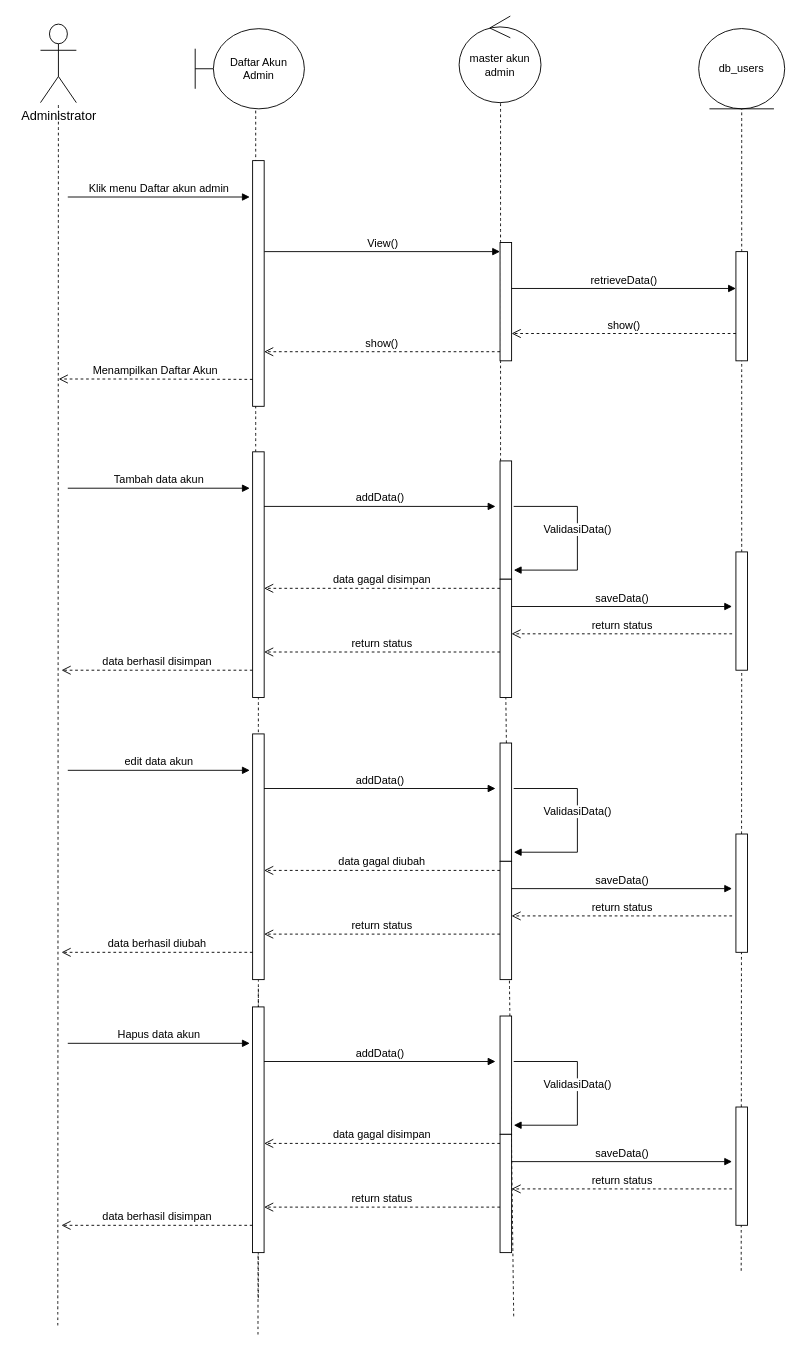
Earlier version of the draw.io diagram Sequence Diagram.drawio (azizarizaldi/draw-io-project). Source tidied: cells renumbered, new cells numbered last; positions are measured from the earlier drawing's top-left corner, leaving out a move shared by most shapes. Both pictures are drawn from the tidied source at 91%, with x=0, y=0 at pixel (40, 15).
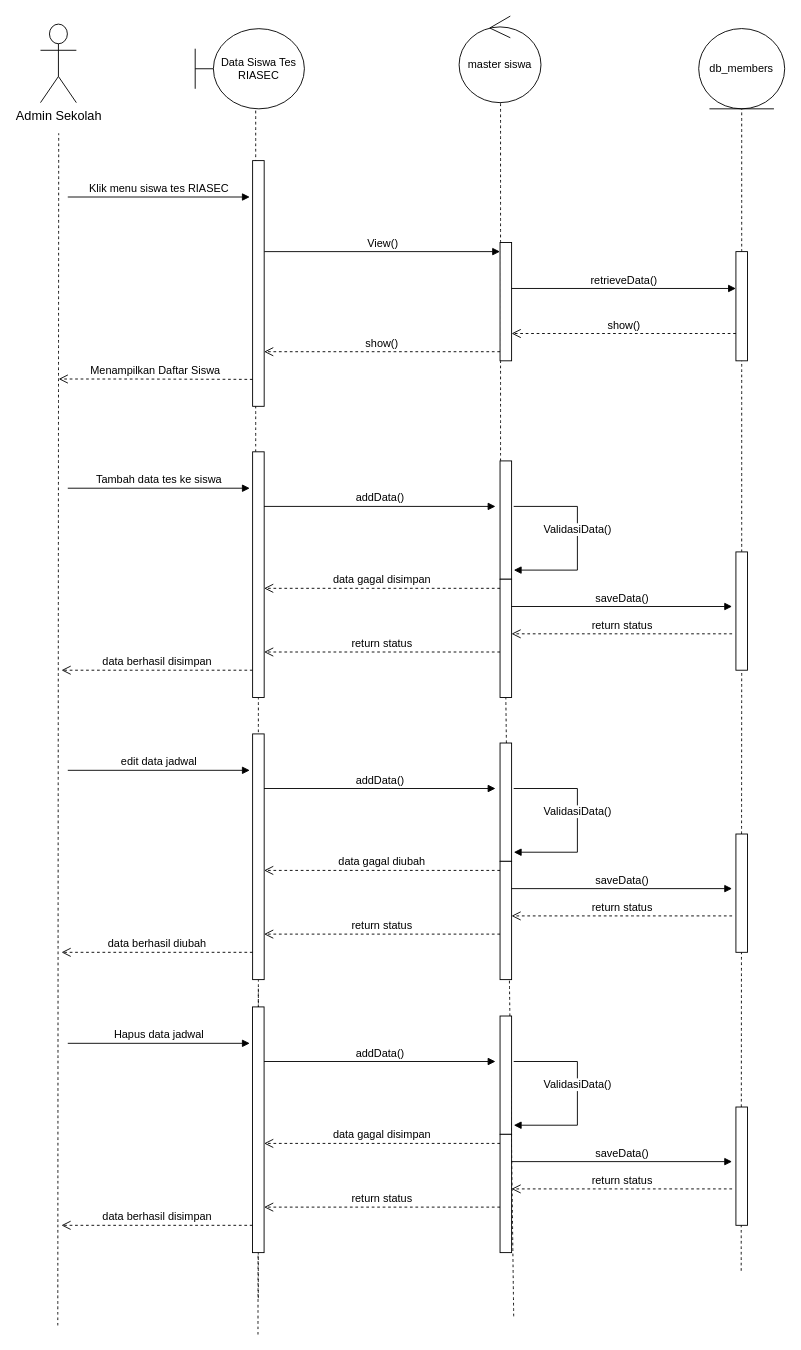
After the change.

Diff of the diagram source:
```diff
@@
-    <mxCell id="4" value="Daftar Akun Admin" style="shape=umlBoundary;whiteSpace=wrap;html=1;" parent="1" vertex="1">
+    <mxCell id="4" value="Data Siswa Tes RIASEC" style="shape=umlBoundary;whiteSpace=wrap;html=1;" parent="1" vertex="1">
       <mxGeometry x="170" y="14" width="120" height="88.1" as="geometry" />
     </mxCell>
@@
-    <mxCell id="7" value="db_users" style="ellipse;shape=umlEntity;whiteSpace=wrap;html=1;" parent="1" vertex="1">
+    <mxCell id="7" value="db_members" style="ellipse;shape=umlEntity;whiteSpace=wrap;html=1;" parent="1" vertex="1">
       <mxGeometry x="723.3" y="13.9" width="94.5" height="88.2" as="geometry" />
     </mxCell>
@@
-    <mxCell id="14" value="&lt;font style=&quot;font-size: 14px;&quot;&gt;Administrator&lt;/font&gt;" style="shape=umlActor;verticalLabelPosition=bottom;verticalAlign=top;html=1;outlineConnect=0;" parent="1" vertex="1">
+    <mxCell id="14" value="&lt;font style=&quot;font-size: 14px;&quot;&gt;Admin Sekolah&lt;/font&gt;" style="shape=umlActor;verticalLabelPosition=bottom;verticalAlign=top;html=1;outlineConnect=0;" parent="1" vertex="1">
       <mxGeometry y="9" width="39.4" height="86.3" as="geometry" />
     </mxCell>
-    <mxCell id="15" value="&lt;font style=&quot;font-size: 12px;&quot;&gt;Klik menu Daftar akun admin&lt;/font&gt;" style="html=1;verticalAlign=bottom;endArrow=block;curved=0;rounded=0;" parent="1" edge="1">
+    <mxCell id="15" value="&lt;font style=&quot;font-size: 12px;&quot;&gt;Klik menu siswa tes RIASEC&lt;/font&gt;" style="html=1;verticalAlign=bottom;endArrow=block;curved=0;rounded=0;" parent="1" edge="1">
       <mxGeometry relative="1" as="geometry">
         <mxPoint x="30" y="199" as="sourcePoint" />
         <mxPoint x="230" y="199" as="targetPoint" />
       </mxGeometry>
     </mxCell>
-    <mxCell id="16" style="endArrow=none;dashed=1;html=1;rounded=0;fontSize=12;startSize=8;endSize=8;curved=1;" parent="1" edge="1" target="14">
+    <mxCell id="16" style="endArrow=none;dashed=1;html=1;rounded=0;fontSize=12;startSize=8;endSize=8;curved=1;" parent="1" edge="1">
       <mxGeometry relative="1" as="geometry">
         <mxPoint x="19" y="1439" as="sourcePoint" />
+        <mxPoint x="20" y="129" as="targetPoint" />
       </mxGeometry>
     </mxCell>
-    <mxCell id="17" value="&lt;font style=&quot;font-size: 12px;&quot;&gt;Menampilkan Daftar Akun&lt;/font&gt;" style="html=1;verticalAlign=bottom;endArrow=open;dashed=1;endSize=8;curved=0;rounded=0;" parent="1" edge="1">
+    <mxCell id="17" value="&lt;font style=&quot;font-size: 12px;&quot;&gt;Menampilkan Daftar Siswa&lt;/font&gt;" style="html=1;verticalAlign=bottom;endArrow=open;dashed=1;endSize=8;curved=0;rounded=0;" parent="1" edge="1">
       <mxGeometry relative="1" as="geometry">
         <mxPoint x="233.1" y="399.4" as="sourcePoint" />
         <mxPoint x="20" y="399" as="targetPoint" />
         <Array as="points">
           <mxPoint x="106.5" y="399" />
         </Array>
       </mxGeometry>
     </mxCell>
-    <mxCell id="18" value="master akun admin" style="ellipse;shape=umlControl;whiteSpace=wrap;html=1;" parent="1" vertex="1">
+    <mxCell id="18" value="master siswa" style="ellipse;shape=umlControl;whiteSpace=wrap;html=1;" parent="1" vertex="1">
       <mxGeometry x="460" y="0.2" width="90" height="95.1" as="geometry" />
     </mxCell>
@@
-    <mxCell id="22" value="&lt;font style=&quot;font-size: 12px;&quot;&gt;Tambah data akun&lt;/font&gt;" style="html=1;verticalAlign=bottom;endArrow=block;curved=0;rounded=0;" parent="1" edge="1">
+    <mxCell id="22" value="&lt;font style=&quot;font-size: 12px;&quot;&gt;Tambah data tes ke siswa&lt;/font&gt;" style="html=1;verticalAlign=bottom;endArrow=block;curved=0;rounded=0;" parent="1" edge="1">
       <mxGeometry relative="1" as="geometry">
         <mxPoint x="30" y="519" as="sourcePoint" />
         <mxPoint x="230" y="519" as="targetPoint" />
       </mxGeometry>
     </mxCell>
@@
-    <mxCell id="38" value="&lt;font style=&quot;font-size: 12px;&quot;&gt;edit data akun&lt;/font&gt;" style="html=1;verticalAlign=bottom;endArrow=block;curved=0;rounded=0;" parent="1" edge="1">
+    <mxCell id="38" value="&lt;font style=&quot;font-size: 12px;&quot;&gt;edit data jadwal&lt;/font&gt;" style="html=1;verticalAlign=bottom;endArrow=block;curved=0;rounded=0;" parent="1" edge="1">
       <mxGeometry relative="1" as="geometry">
         <mxPoint x="30" y="829" as="sourcePoint" />
         <mxPoint x="230" y="829" as="targetPoint" />
       </mxGeometry>
     </mxCell>
@@
-    <mxCell id="52" value="&lt;font style=&quot;font-size: 12px;&quot;&gt;Hapus data akun&lt;/font&gt;" style="html=1;verticalAlign=bottom;endArrow=block;curved=0;rounded=0;" parent="1" edge="1">
+    <mxCell id="52" value="&lt;font style=&quot;font-size: 12px;&quot;&gt;Hapus data jadwal&lt;/font&gt;" style="html=1;verticalAlign=bottom;endArrow=block;curved=0;rounded=0;" parent="1" edge="1">
       <mxGeometry relative="1" as="geometry">
         <mxPoint x="30" y="1129" as="sourcePoint" />
         <mxPoint x="230" y="1129" as="targetPoint" />
       </mxGeometry>
     </mxCell>
```
